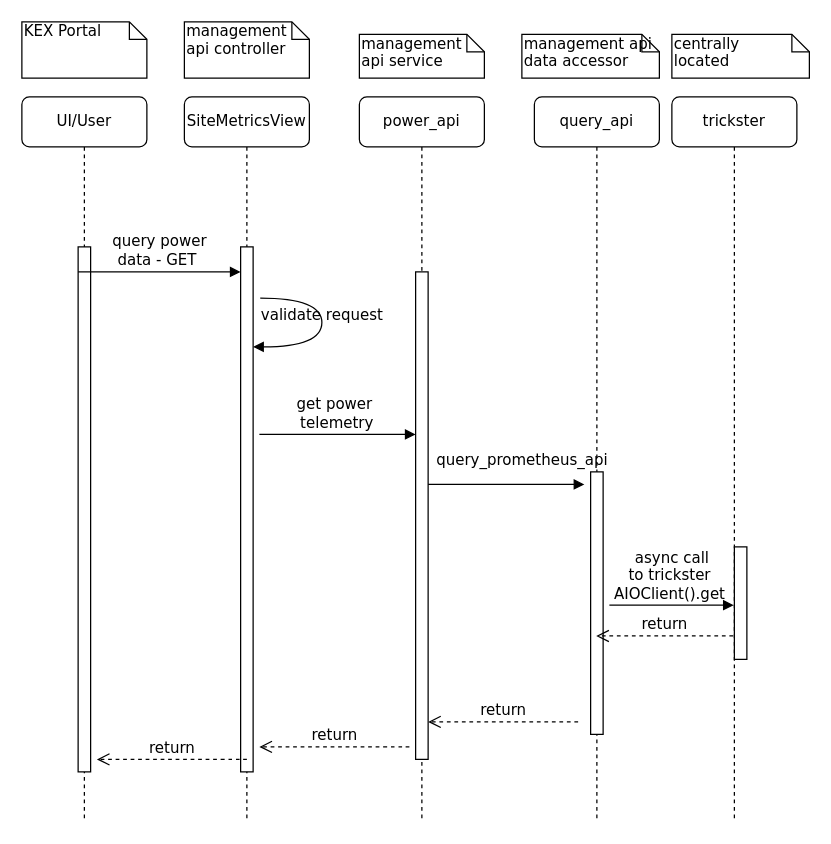
This is page "Page-2" (2 of 3) of power-rep.drawio from dsm100/test, a draw.io file, before an edit. Source tidied: cells renumbered, new cells numbered last; positions are measured from the earlier drawing's top-left corner, leaving out a move shared by most shapes. Both pictures are drawn from the tidied source at 125%, with x=0, y=0 at pixel (21, 21).
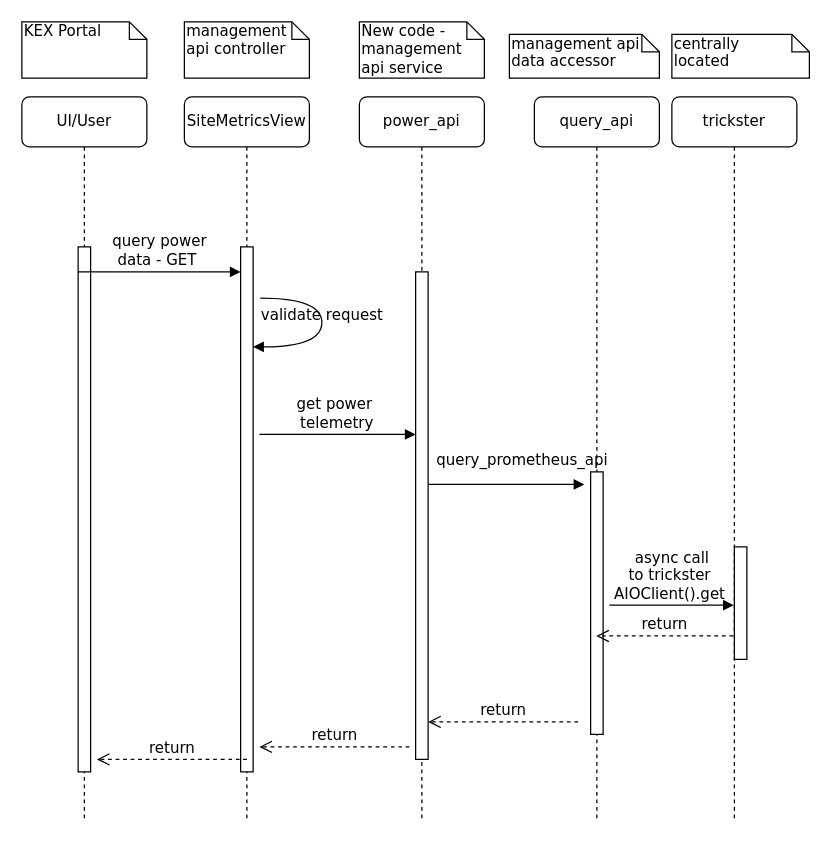
The same page after the edit.

Diff of the diagram source:
```diff
@@
-    <mxCell id="14" value="management api service" style="shape=note;whiteSpace=wrap;html=1;size=14;verticalAlign=top;align=left;spacingTop=-6;rounded=0;shadow=0;comic=0;labelBackgroundColor=none;strokeWidth=1;fontFamily=Verdana;fontSize=12;" parent="1" vertex="1">
-      <mxGeometry x="270" y="10" width="100" height="35" as="geometry" />
+    <mxCell id="14" value="New code - management api service" style="shape=note;whiteSpace=wrap;html=1;size=14;verticalAlign=top;align=left;spacingTop=-6;rounded=0;shadow=0;comic=0;labelBackgroundColor=none;strokeWidth=1;fontFamily=Verdana;fontSize=12;" parent="1" vertex="1">
+      <mxGeometry x="270" width="100" height="45" as="geometry" />
     </mxCell>
@@
     <mxCell id="16" value="management api data accessor" style="shape=note;whiteSpace=wrap;html=1;size=14;verticalAlign=top;align=left;spacingTop=-6;rounded=0;shadow=0;comic=0;labelBackgroundColor=none;strokeWidth=1;fontFamily=Verdana;fontSize=12;" parent="1" vertex="1">
-      <mxGeometry x="400" y="10" width="110" height="35" as="geometry" />
+      <mxGeometry x="390" y="10" width="120" height="35" as="geometry" />
     </mxCell>
```
